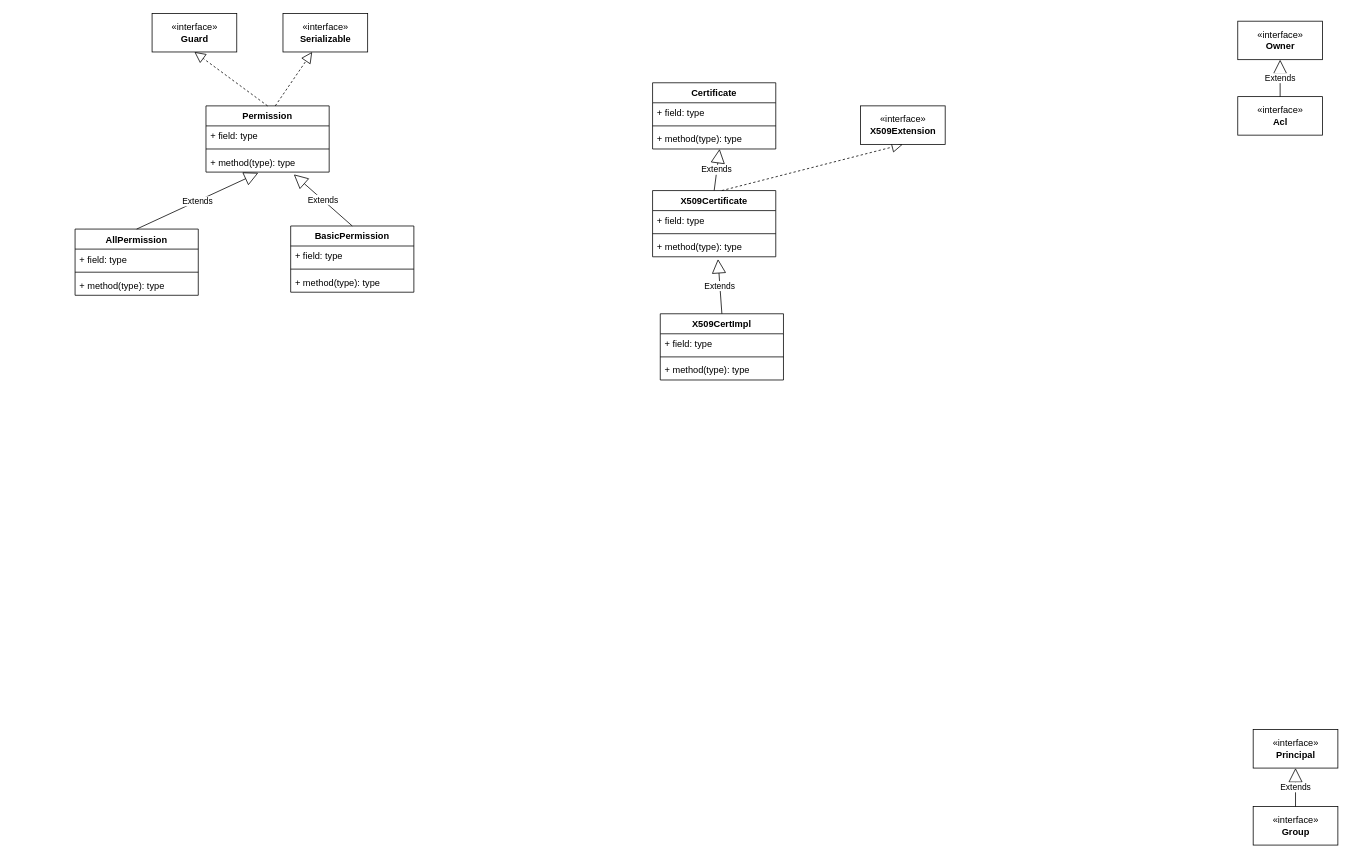
tadsimons/draw keeps this draw.io diagram as page "安全" (10 of 18) of JDK.drawio. Above is the earlier version. Source tidied: cells renumbered, new cells numbered last; positions are measured from the earlier drawing's top-left corner, leaving out a move shared by most shapes. Both pictures are drawn from the tidied source at 77%, with x=0, y=0 at pixel (75, 13).
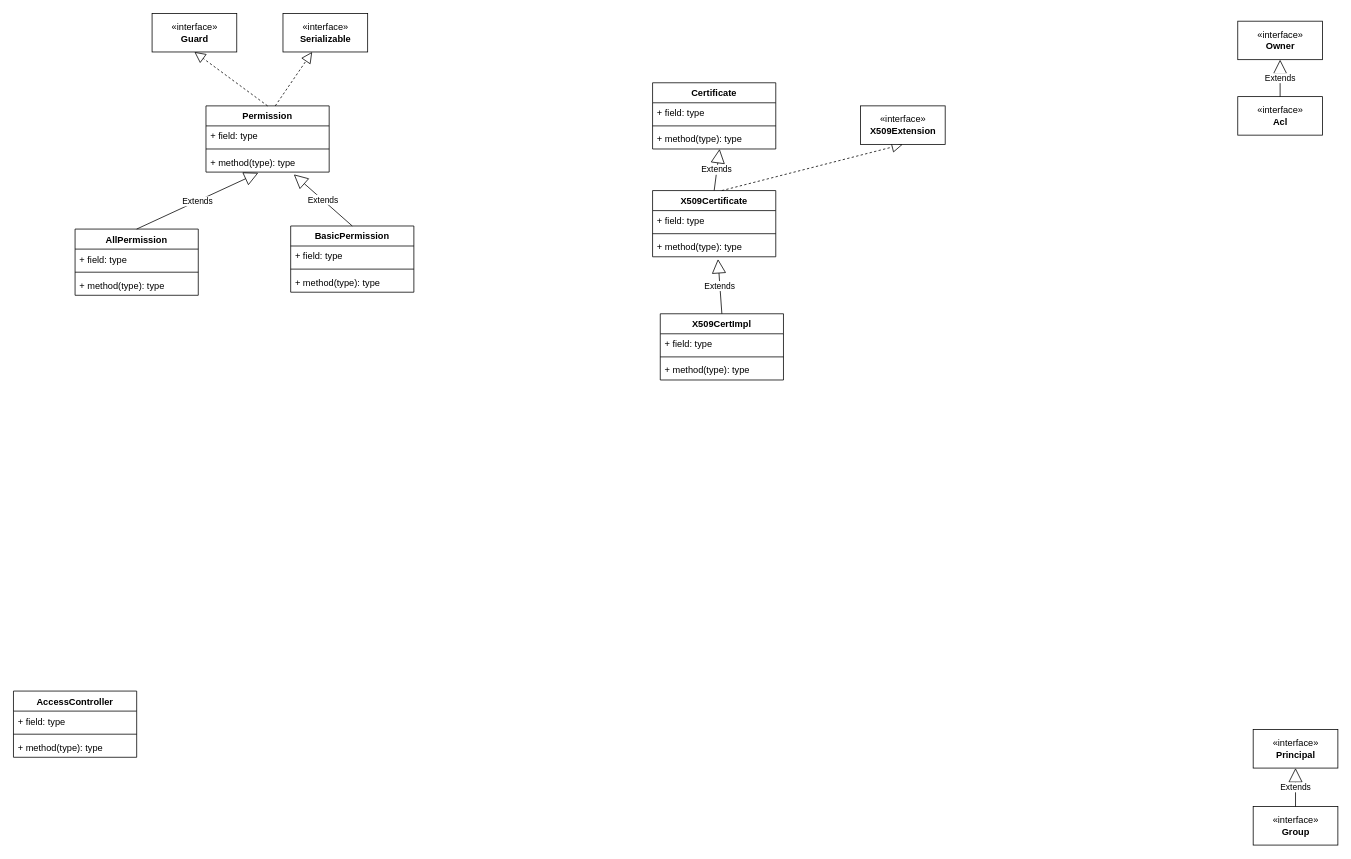
Above is the later version.

Diff of the diagram source:
```diff
@@
+    <mxCell id="42" value="AccessController" style="swimlane;fontStyle=1;align=center;verticalAlign=top;horizontal=1;startSize=26;fillColor=#FFFFFF;" parent="1" vertex="1">
+      <mxGeometry x="-80" y="880" width="160" height="86" as="geometry" />
+    </mxCell>
+    <mxCell id="43" value="+ field: type" style="text;strokeColor=none;fillColor=none;align=left;verticalAlign=top;spacingLeft=4;spacingRight=4;overflow=hidden;" parent="42" vertex="1">
+      <mxGeometry y="26" width="160" height="26" as="geometry" />
+    </mxCell>
+    <mxCell id="44" style="line;strokeWidth=1;fillColor=none;align=left;verticalAlign=middle;spacingTop=-1;spacingLeft=3;spacingRight=3;labelPosition=right;" parent="42" vertex="1">
+      <mxGeometry y="52" width="160" height="8" as="geometry" />
+    </mxCell>
+    <mxCell id="45" value="+ method(type): type" style="text;strokeColor=none;fillColor=none;align=left;verticalAlign=top;spacingLeft=4;spacingRight=4;overflow=hidden;" parent="42" vertex="1">
+      <mxGeometry y="60" width="160" height="26" as="geometry" />
+    </mxCell>
```
